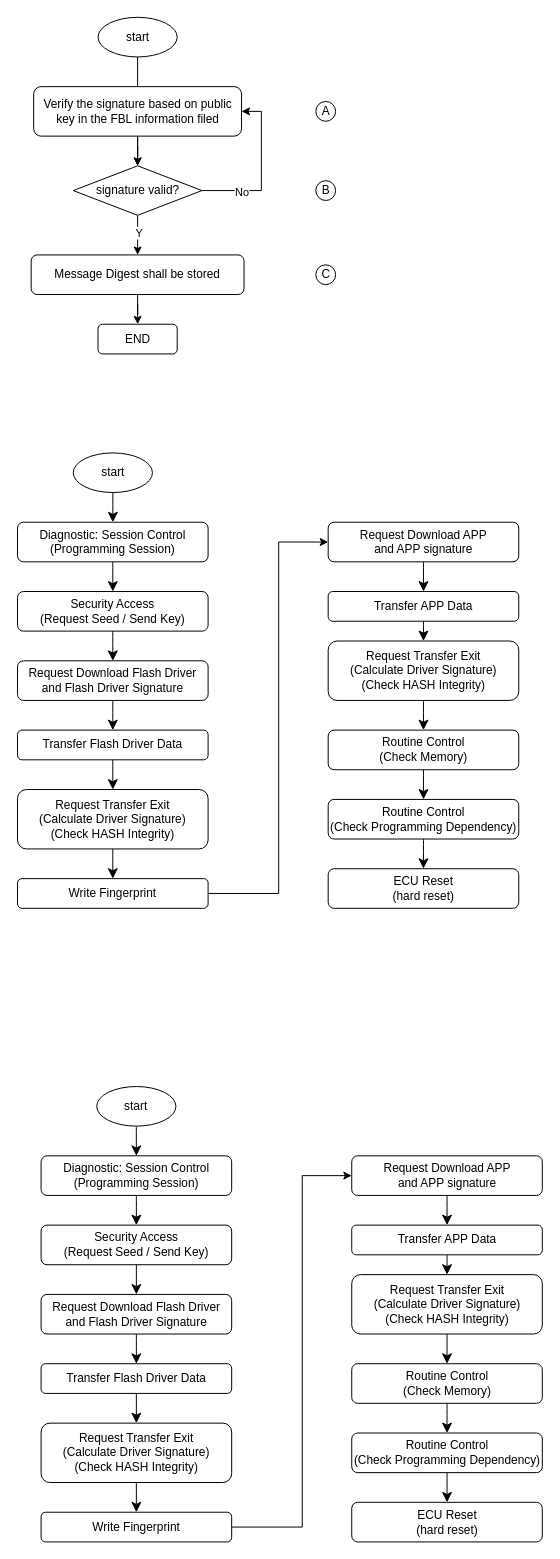
The draw.io diagram Untitled Diagram.drawio in YuzhouYe/peb, before the edit. Source tidied: cells renumbered, new cells numbered last; positions are measured from the earlier drawing's top-left corner, leaving out a move shared by most shapes. Both pictures are drawn from the tidied source at 99%, with x=0, y=0 at pixel (17, 17).
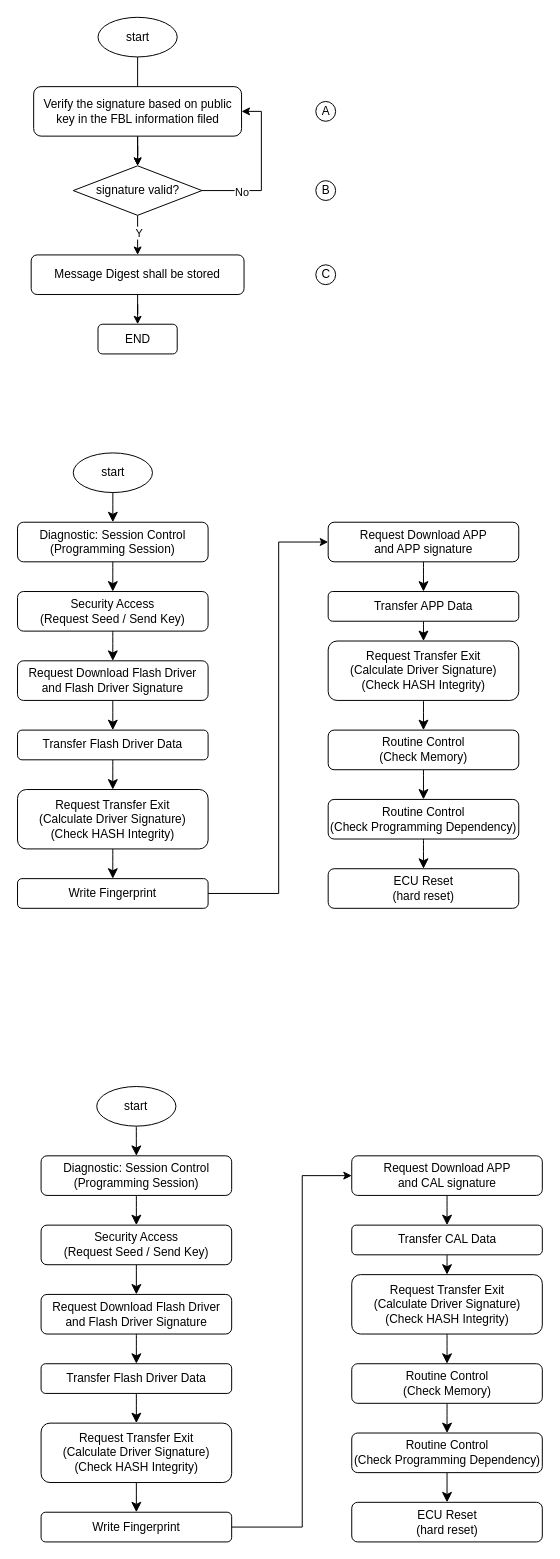
Above is the later version.

Diff of the diagram source:
```diff
@@
-    <mxCell id="56" value="Request Download APP&lt;div&gt;and APP signature&lt;/div&gt;" style="rounded=1;whiteSpace=wrap;html=1;" parent="1" vertex="1">
+    <mxCell id="56" value="Request Download APP&lt;div&gt;and CAL signature&lt;/div&gt;" style="rounded=1;whiteSpace=wrap;html=1;" parent="1" vertex="1">
       <mxGeometry x="337.8" y="1150" width="192.5" height="40" as="geometry" />
     </mxCell>
@@
-    <mxCell id="58" value="Transfer APP Data" style="rounded=1;whiteSpace=wrap;html=1;" parent="1" vertex="1">
+    <mxCell id="58" value="Transfer CAL Data" style="rounded=1;whiteSpace=wrap;html=1;" parent="1" vertex="1">
       <mxGeometry x="337.8" y="1220" width="192.5" height="30" as="geometry" />
     </mxCell>
```
